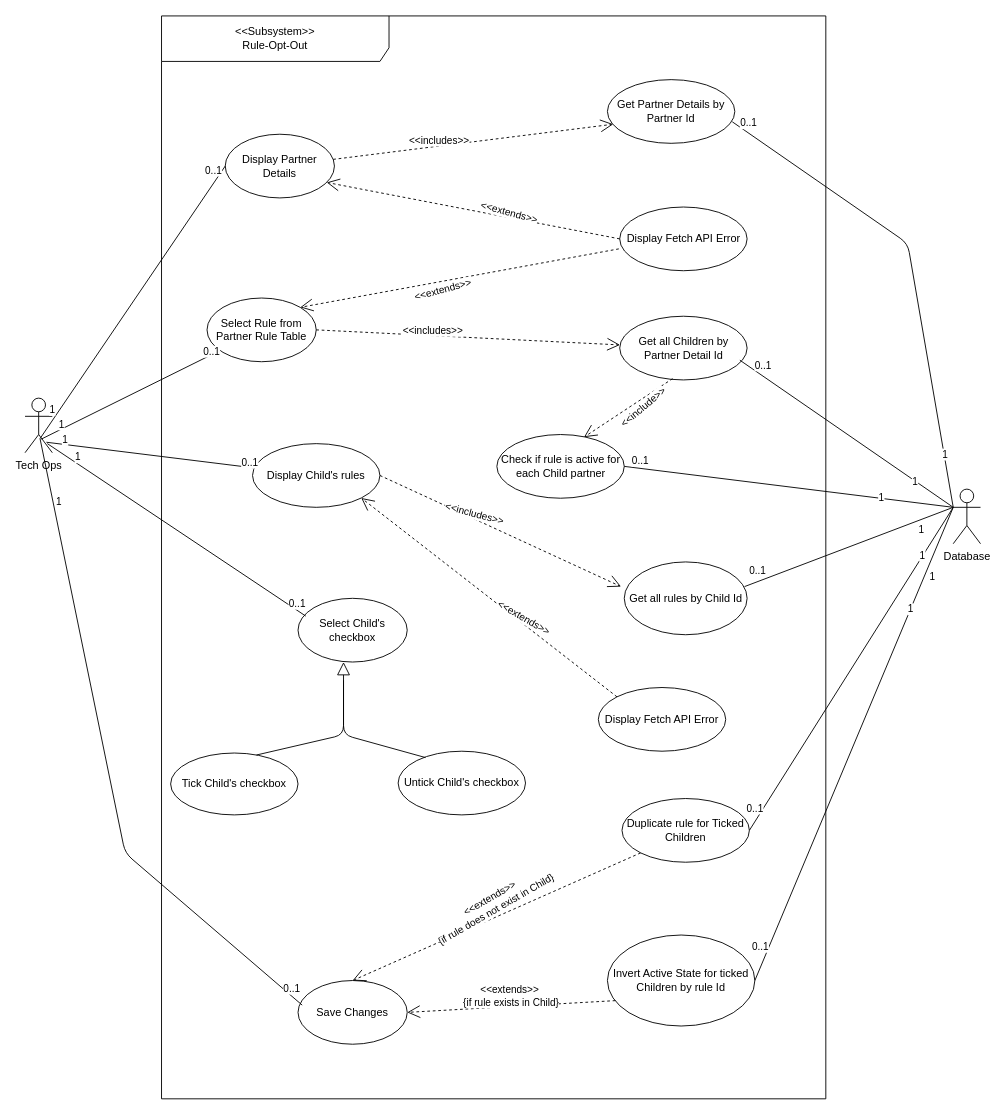
This is UseDiagram.drawio from learningCurve89/WorkBasedPortfolios, a draw.io file, before an edit. Source tidied: cells renumbered, new cells numbered last; positions are measured from the earlier drawing's top-left corner, leaving out a move shared by most shapes. Both pictures are drawn from the tidied source at 91%, with x=0, y=0 at pixel (25, 15).
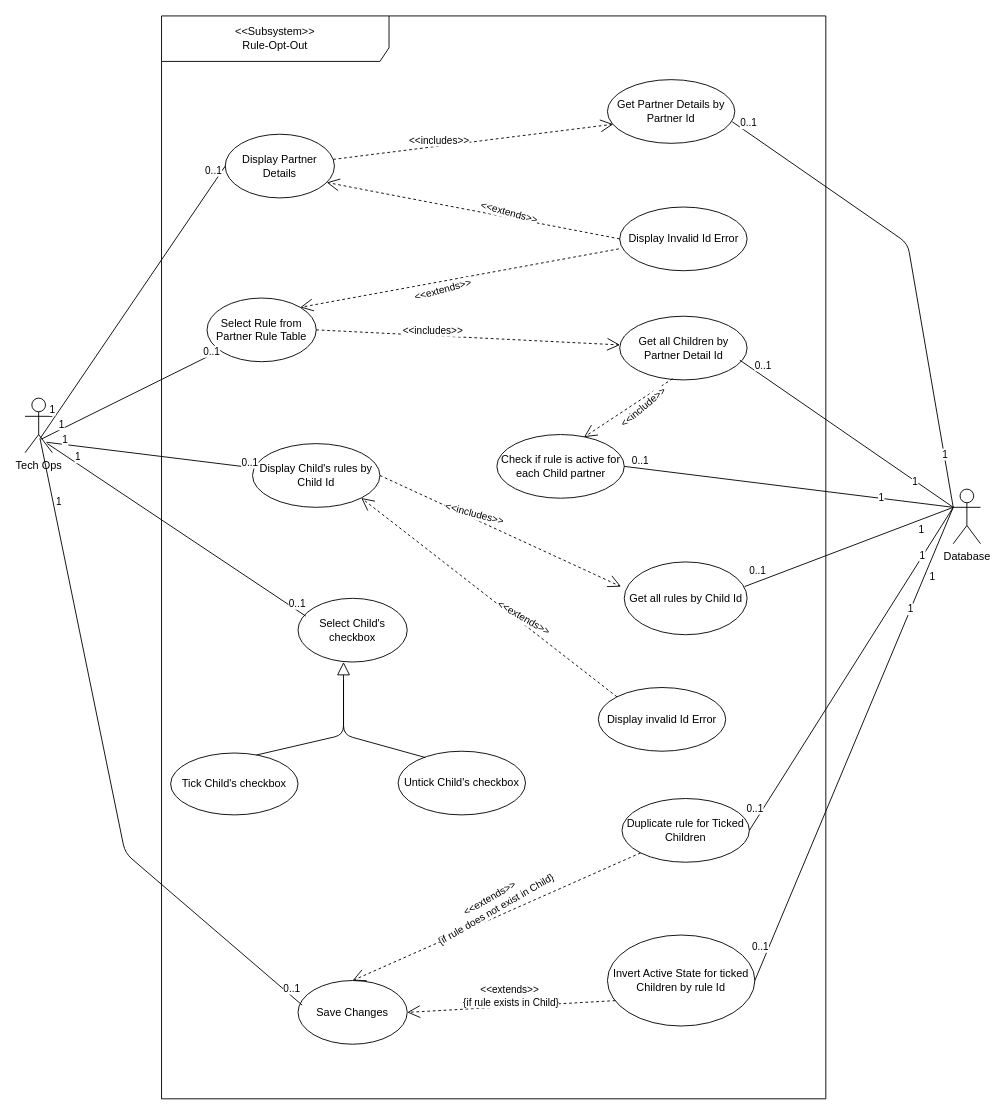
After the change.

What changed in the source:
```diff
@@
-    <mxCell id="8" value="Display Child's rules" style="ellipse;whiteSpace=wrap;html=1;" parent="1" vertex="1">
+    <mxCell id="8" value="Display Child's rules by Child Id" style="ellipse;whiteSpace=wrap;html=1;" parent="1" vertex="1">
       <mxGeometry x="250" y="470" width="140" height="70" as="geometry" />
     </mxCell>
@@
-    <mxCell id="33" value="Display Fetch API Error" style="ellipse;whiteSpace=wrap;html=1;" parent="1" vertex="1">
+    <mxCell id="33" value="Display Invalid Id Error" style="ellipse;whiteSpace=wrap;html=1;" parent="1" vertex="1">
       <mxGeometry x="653.5" y="210" width="140" height="70" as="geometry" />
     </mxCell>
@@
-    <mxCell id="45" value="Display Fetch API Error" style="ellipse;whiteSpace=wrap;html=1;" parent="1" vertex="1">
+    <mxCell id="45" value="Display invalid Id Error" style="ellipse;whiteSpace=wrap;html=1;" parent="1" vertex="1">
       <mxGeometry x="630" y="738" width="140" height="70" as="geometry" />
     </mxCell>
```
